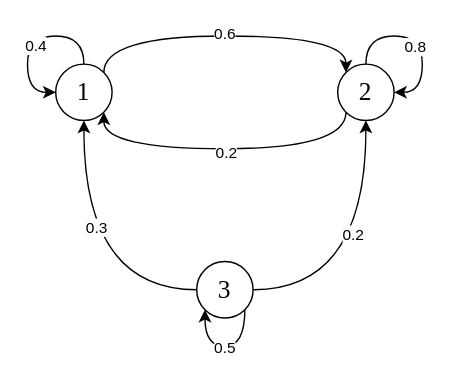
Before: page "Página-4" (4 of 7) of ARCHIVOS/InvestigaciondeOperaciones/mm.drawio in NicoGomezM/Codigos_Latex, a draw.io diagram. Source tidied: cells renumbered, new cells numbered last; positions are measured from the earlier drawing's top-left corner, leaving out a move shared by most shapes. Both pictures are drawn from the tidied source at 141%, with x=0, y=0 at pixel (27, 35).
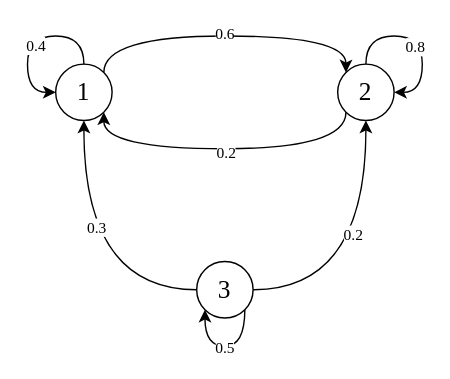
The same page after the edit.

Unchanged cells that the change refers to:
```xml
<mxCell id="4" value="&lt;font style=&quot;font-size: 18px;&quot;&gt;1&lt;/font&gt;" style="ellipse;whiteSpace=wrap;html=1;fontFamily=Times New Roman;" parent="1" vertex="1">
  <mxGeometry x="20" y="20" width="40" height="40" as="geometry" />
</mxCell>
<mxCell id="7" value="&lt;span style=&quot;font-size: 18px;&quot;&gt;2&lt;/span&gt;" style="ellipse;whiteSpace=wrap;html=1;fontFamily=Times New Roman;" parent="1" vertex="1">
  <mxGeometry x="220" y="20" width="40" height="40" as="geometry" />
</mxCell>
<mxCell id="12" value="&lt;font style=&quot;font-size: 18px;&quot;&gt;3&lt;/font&gt;" style="ellipse;whiteSpace=wrap;html=1;fontFamily=Times New Roman;" parent="1" vertex="1">
  <mxGeometry x="120" y="160" width="40" height="40" as="geometry" />
</mxCell>
```

The edit, as a diff of the source:
```diff
@@
-    <mxCell id="2" style="edgeStyle=orthogonalEdgeStyle;curved=1;rounded=0;jettySize=auto;html=1;exitX=1;exitY=0;exitDx=0;exitDy=0;entryX=0;entryY=0;entryDx=0;entryDy=0;" parent="1" edge="1" source="4" target="7">
+    <mxCell id="2" style="edgeStyle=orthogonalEdgeStyle;curved=1;rounded=0;jettySize=auto;html=1;exitX=1;exitY=0;exitDx=0;exitDy=0;entryX=0;entryY=0;entryDx=0;entryDy=0;fontFamily=Times New Roman;" parent="1" edge="1" source="4" target="7">
       <mxGeometry relative="1" as="geometry">
         <Array as="points">
           <mxPoint x="54" />
           <mxPoint x="226" />
         </Array>
       </mxGeometry>
     </mxCell>
-    <mxCell id="3" value="0.6" style="edgeLabel;html=1;align=center;verticalAlign=middle;" parent="2" vertex="1">
+    <mxCell id="3" value="0.6" style="edgeLabel;html=1;align=center;verticalAlign=middle;fontFamily=Times New Roman;" parent="2" vertex="1">
       <mxGeometry x="-0.01" y="2" relative="1" as="geometry" />
     </mxCell>
@@
-    <mxCell id="5" style="edgeStyle=orthogonalEdgeStyle;curved=1;rounded=0;jettySize=auto;html=1;exitX=0;exitY=1;exitDx=0;exitDy=0;entryX=1;entryY=1;entryDx=0;entryDy=0;" parent="1" edge="1" source="7" target="4">
+    <mxCell id="5" style="edgeStyle=orthogonalEdgeStyle;curved=1;rounded=0;jettySize=auto;html=1;exitX=0;exitY=1;exitDx=0;exitDy=0;entryX=1;entryY=1;entryDx=0;entryDy=0;fontFamily=Times New Roman;" parent="1" edge="1" source="7" target="4">
       <mxGeometry relative="1" as="geometry">
         <Array as="points">
           <mxPoint x="226" y="80" />
           <mxPoint x="54" y="80" />
         </Array>
       </mxGeometry>
     </mxCell>
-    <mxCell id="6" value="0.2" style="edgeLabel;html=1;align=center;verticalAlign=middle;" parent="5" vertex="1">
+    <mxCell id="6" value="0.2" style="edgeLabel;html=1;align=center;verticalAlign=middle;fontFamily=Times New Roman;" parent="5" vertex="1">
       <mxGeometry x="-0.01" y="2" relative="1" as="geometry" />
     </mxCell>
@@
-    <mxCell id="8" style="edgeStyle=orthogonalEdgeStyle;curved=1;rounded=0;jettySize=auto;html=1;exitX=0;exitY=0.5;exitDx=0;exitDy=0;entryX=0.5;entryY=1;entryDx=0;entryDy=0;" parent="1" edge="1" source="12" target="4">
+    <mxCell id="8" style="edgeStyle=orthogonalEdgeStyle;curved=1;rounded=0;jettySize=auto;html=1;exitX=0;exitY=0.5;exitDx=0;exitDy=0;entryX=0.5;entryY=1;entryDx=0;entryDy=0;fontFamily=Times New Roman;" parent="1" edge="1" source="12" target="4">
       <mxGeometry relative="1" as="geometry" />
     </mxCell>
-    <mxCell id="9" value="0.3" style="edgeLabel;html=1;align=center;verticalAlign=middle;" parent="8" vertex="1">
+    <mxCell id="9" value="0.3" style="edgeLabel;html=1;align=center;verticalAlign=middle;fontFamily=Times New Roman;" parent="8" vertex="1">
       <mxGeometry x="0.25" y="-8" relative="1" as="geometry" />
     </mxCell>
-    <mxCell id="10" style="edgeStyle=orthogonalEdgeStyle;curved=1;rounded=0;jettySize=auto;html=1;exitX=1;exitY=0.5;exitDx=0;exitDy=0;entryX=0.5;entryY=1;entryDx=0;entryDy=0;" parent="1" edge="1" source="12" target="7">
+    <mxCell id="10" style="edgeStyle=orthogonalEdgeStyle;curved=1;rounded=0;jettySize=auto;html=1;exitX=1;exitY=0.5;exitDx=0;exitDy=0;entryX=0.5;entryY=1;entryDx=0;entryDy=0;fontFamily=Times New Roman;" parent="1" edge="1" source="12" target="7">
       <mxGeometry relative="1" as="geometry" />
     </mxCell>
-    <mxCell id="11" value="0.2" style="edgeLabel;html=1;align=center;verticalAlign=middle;" parent="10" vertex="1">
+    <mxCell id="11" value="0.2" style="edgeLabel;html=1;align=center;verticalAlign=middle;fontFamily=Times New Roman;" parent="10" vertex="1">
       <mxGeometry x="0.2" y="10" relative="1" as="geometry" />
     </mxCell>
@@
-    <mxCell id="13" style="edgeStyle=orthogonalEdgeStyle;curved=1;rounded=0;orthogonalLoop=1;jettySize=auto;html=1;entryX=1;entryY=0.5;entryDx=0;entryDy=0;" parent="1" edge="1" source="7" target="7">
+    <mxCell id="13" style="edgeStyle=orthogonalEdgeStyle;curved=1;rounded=0;orthogonalLoop=1;jettySize=auto;html=1;entryX=1;entryY=0.5;entryDx=0;entryDy=0;fontFamily=Times New Roman;" parent="1" edge="1" source="7" target="7">
       <mxGeometry relative="1" as="geometry" />
     </mxCell>
-    <mxCell id="14" value="0.8" style="edgeLabel;html=1;align=center;verticalAlign=middle;" parent="13" vertex="1">
+    <mxCell id="14" value="0.8" style="edgeLabel;html=1;align=center;verticalAlign=middle;fontFamily=Times New Roman;" parent="13" vertex="1">
       <mxGeometry x="0.12" y="-6" relative="1" as="geometry" />
     </mxCell>
-    <mxCell id="15" style="edgeStyle=orthogonalEdgeStyle;curved=1;rounded=0;orthogonalLoop=1;jettySize=auto;html=1;entryX=0;entryY=0.5;entryDx=0;entryDy=0;" parent="1" edge="1" source="4" target="4">
+    <mxCell id="15" style="edgeStyle=orthogonalEdgeStyle;curved=1;rounded=0;orthogonalLoop=1;jettySize=auto;html=1;entryX=0;entryY=0.5;entryDx=0;entryDy=0;fontFamily=Times New Roman;" parent="1" edge="1" source="4" target="4">
       <mxGeometry relative="1" as="geometry">
         <Array as="points">
           <mxPoint x="40" />
           <mxPoint />
           <mxPoint y="40" />
         </Array>
       </mxGeometry>
     </mxCell>
-    <mxCell id="16" value="0.4" style="edgeLabel;html=1;align=center;verticalAlign=middle;" parent="15" vertex="1">
+    <mxCell id="16" value="0.4" style="edgeLabel;html=1;align=center;verticalAlign=middle;fontFamily=Times New Roman;" parent="15" vertex="1">
       <mxGeometry x="0.1" y="5" relative="1" as="geometry" />
     </mxCell>
-    <mxCell id="17" style="edgeStyle=orthogonalEdgeStyle;curved=1;rounded=0;orthogonalLoop=1;jettySize=auto;html=1;exitX=1;exitY=1;exitDx=0;exitDy=0;entryX=0;entryY=1;entryDx=0;entryDy=0;" parent="1" edge="1" source="12" target="12">
+    <mxCell id="17" style="edgeStyle=orthogonalEdgeStyle;curved=1;rounded=0;orthogonalLoop=1;jettySize=auto;html=1;exitX=1;exitY=1;exitDx=0;exitDy=0;entryX=0;entryY=1;entryDx=0;entryDy=0;fontFamily=Times New Roman;" parent="1" edge="1" source="12" target="12">
       <mxGeometry relative="1" as="geometry">
         <Array as="points">
           <mxPoint x="154" y="220" />
           <mxPoint x="126" y="220" />
         </Array>
       </mxGeometry>
     </mxCell>
-    <mxCell id="18" value="0.5" style="edgeLabel;html=1;align=center;verticalAlign=middle;" parent="17" vertex="1">
+    <mxCell id="18" value="0.5" style="edgeLabel;html=1;align=center;verticalAlign=middle;fontFamily=Times New Roman;" parent="17" vertex="1">
       <mxGeometry x="-0.08" relative="1" as="geometry">
         <mxPoint x="-3" as="offset" />
       </mxGeometry>
     </mxCell>
```
